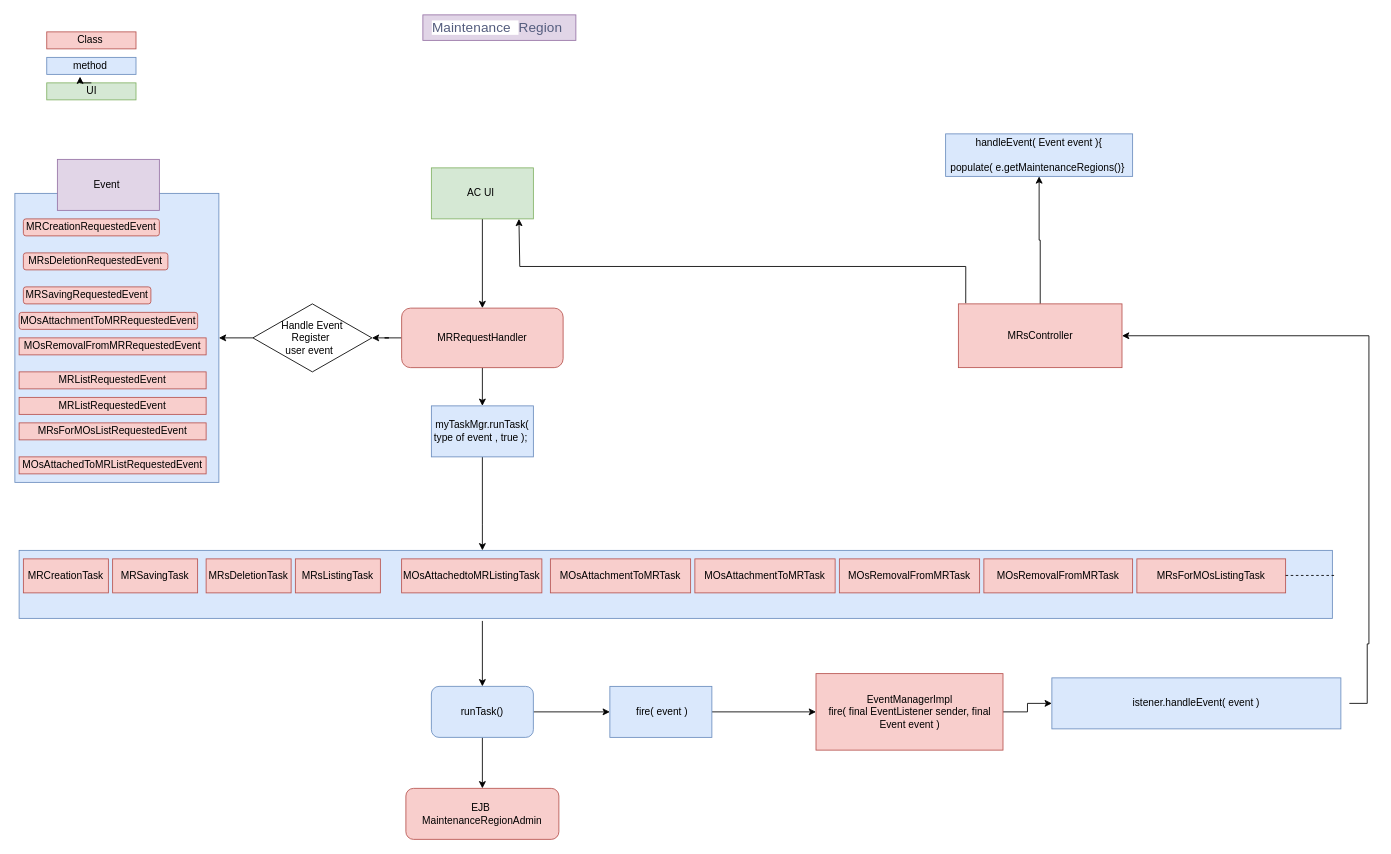
Before: Untitled Diagram.drawio in javademokit/system-design, a draw.io diagram. Source tidied: cells renumbered, new cells numbered last; positions are measured from the earlier drawing's top-left corner, leaving out a move shared by most shapes. Both pictures are drawn from the tidied source at 85%, with x=0, y=0 at pixel (14, 14).
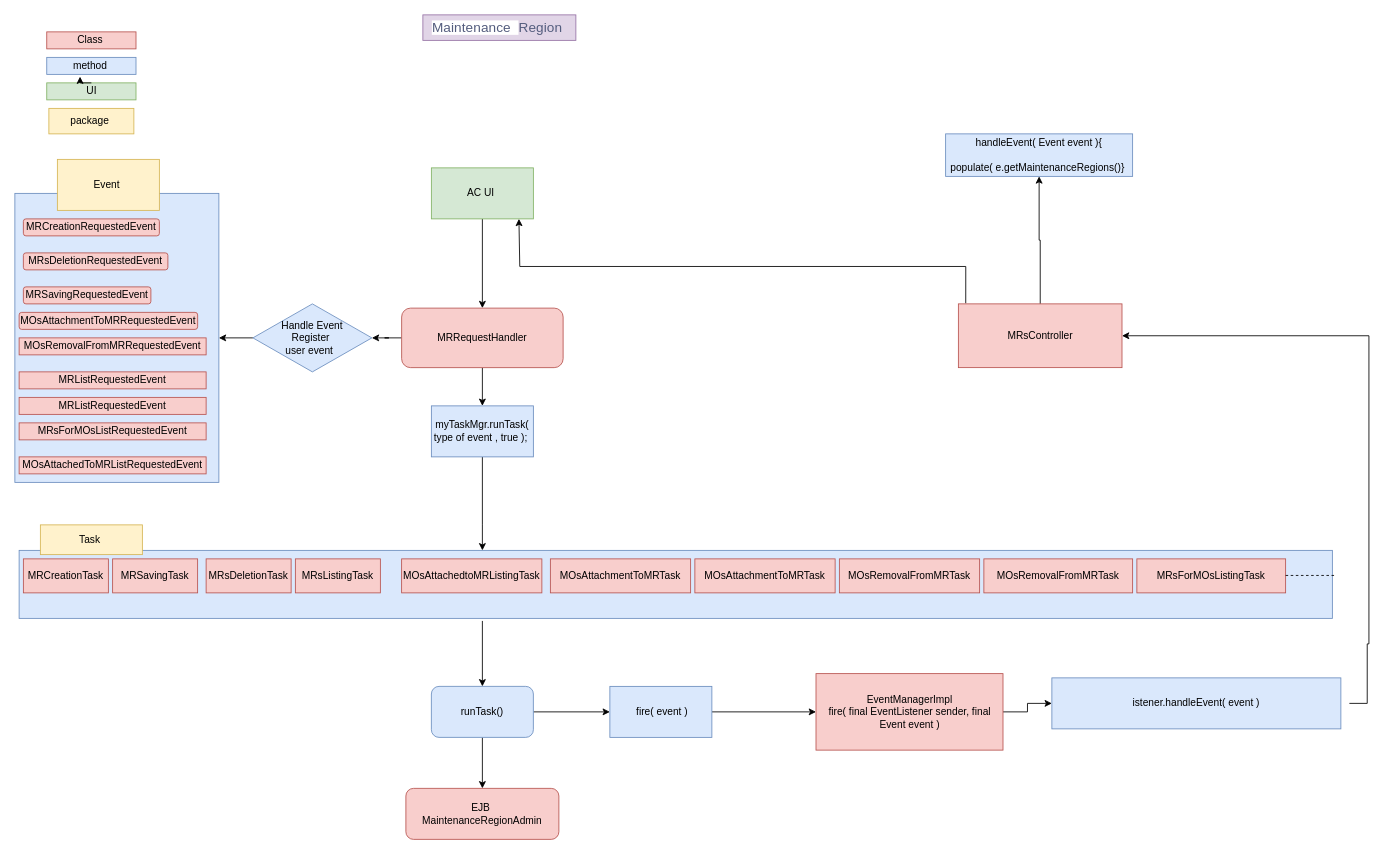
After the change.

Change to the diagram source:
```diff
@@
-    <mxCell id="13" value="Handle Event&lt;div&gt;Register&amp;nbsp;&lt;/div&gt;&lt;div&gt;user event&amp;nbsp;&amp;nbsp;&lt;/div&gt;" style="rhombus;whiteSpace=wrap;html=1;" parent="1" vertex="1">
+    <mxCell id="13" value="Handle Event&lt;div&gt;Register&amp;nbsp;&lt;/div&gt;&lt;div&gt;user event&amp;nbsp;&amp;nbsp;&lt;/div&gt;" style="rhombus;whiteSpace=wrap;html=1;fillColor=#dae8fc;strokeColor=#6c8ebf;" parent="1" vertex="1">
       <mxGeometry x="280" y="340" width="140" height="80" as="geometry" />
     </mxCell>
@@
-    <mxCell id="19" value="Event&amp;nbsp;" style="rounded=0;whiteSpace=wrap;html=1;fillColor=#e1d5e7;strokeColor=#9673a6;" parent="1" vertex="1">
+    <mxCell id="19" value="Event&amp;nbsp;" style="rounded=0;whiteSpace=wrap;html=1;fillColor=#fff2cc;strokeColor=#d6b656;" parent="1" vertex="1">
       <mxGeometry x="50" y="170" width="120" height="60" as="geometry" />
     </mxCell>
@@
+    <mxCell id="54" value="package&amp;nbsp;" style="rounded=0;whiteSpace=wrap;html=1;fillColor=#fff2cc;strokeColor=#d6b656;" parent="1" vertex="1">
+      <mxGeometry x="40" y="110" width="100" height="30" as="geometry" />
+    </mxCell>
+    <mxCell id="55" value="Task&amp;nbsp;" style="rounded=0;whiteSpace=wrap;html=1;fillColor=#fff2cc;strokeColor=#d6b656;" parent="1" vertex="1">
+      <mxGeometry x="30" y="600" width="120" height="35" as="geometry" />
+    </mxCell>
```
